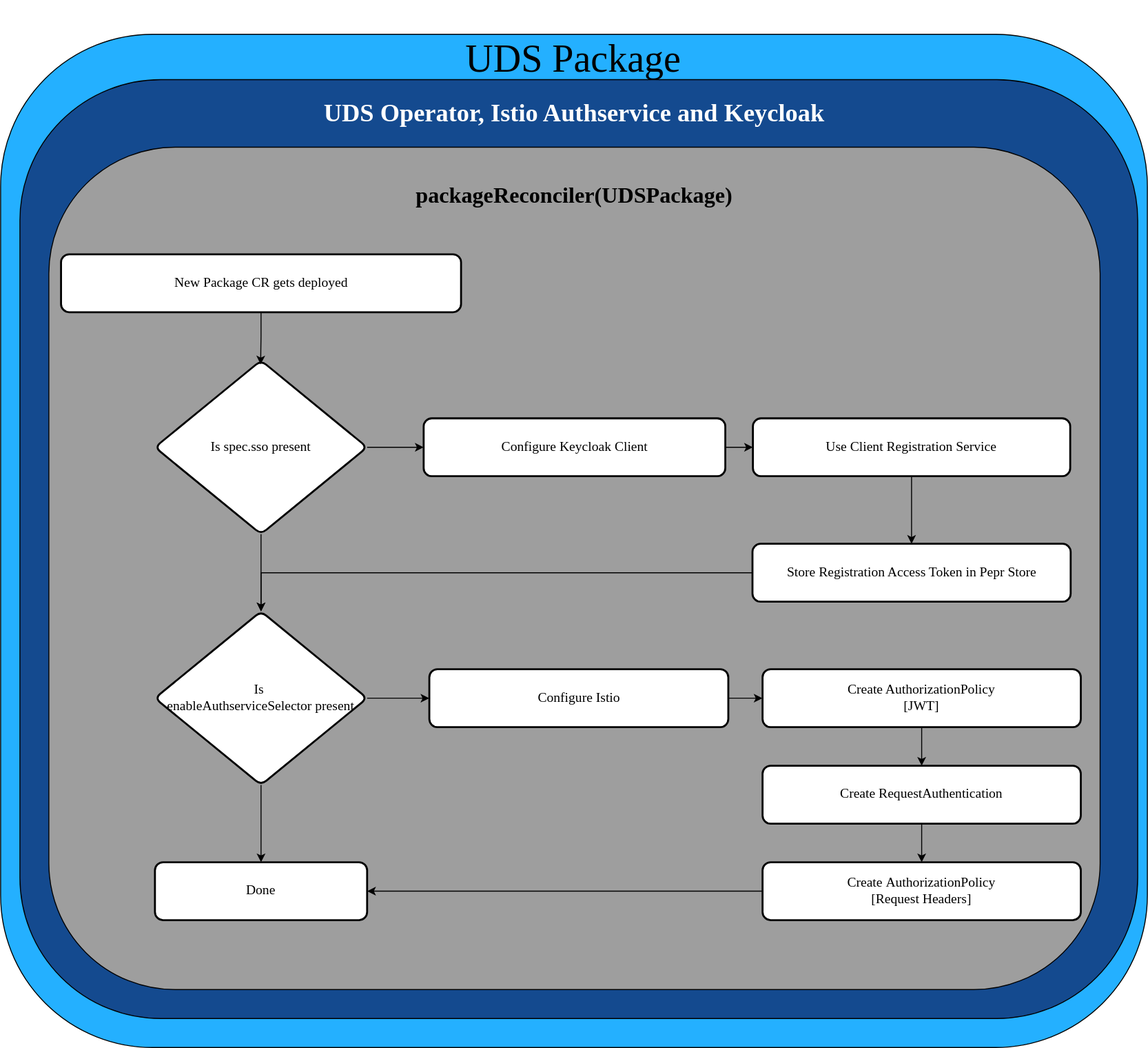
This is docs/.images/diagrams/uds-core-operator-authservice-keycloak.svg from defenseunicorns/uds-core, a draw.io export, as it was before one commit. Source tidied: cells renumbered, new cells last; positions are measured from the earlier drawing's top-left corner, leaving out a move shared by most shapes.
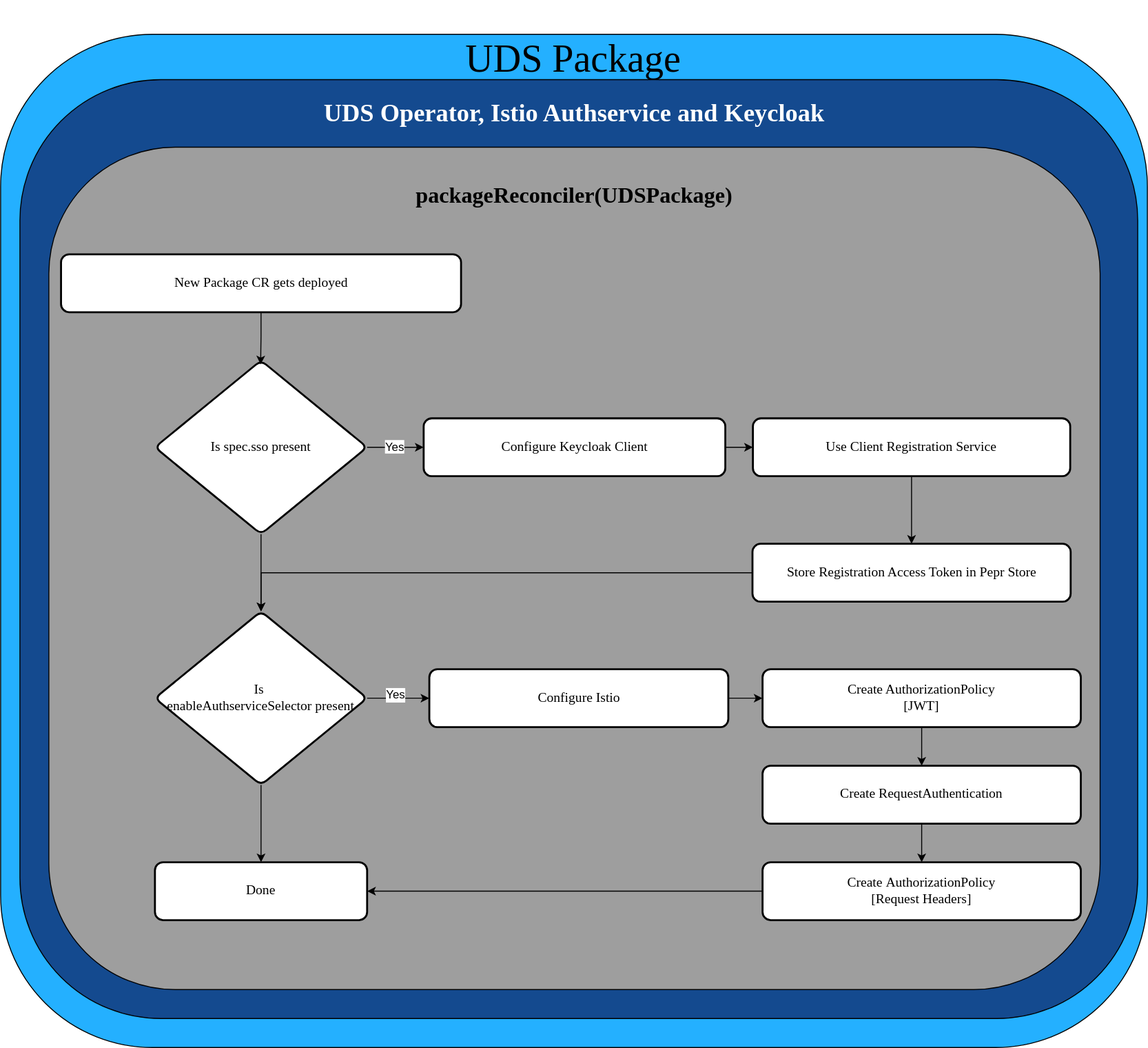
The same diagram one commit later.

Change to the diagram source:
```diff
@@ -89,5 +89,11 @@
     <mxCell id="30" style="edgeStyle=orthogonalEdgeStyle;rounded=0;jettySize=auto;html=1;strokeColor=#000000;exitX=1;exitY=0.5;exitDx=0;exitDy=0;entryX=0;entryY=0.5;entryDx=0;entryDy=0;" parent="1" edge="1" source="20" target="10">
       <mxGeometry relative="1" as="geometry" />
     </mxCell>
+    <mxCell id="31" value="&lt;span style=&quot;background-color: light-dark(#ffffff, var(--ge-dark-color, #121212));&quot;&gt;Yes&lt;/span&gt;" style="text;html=1;align=center;verticalAlign=middle;whiteSpace=wrap;rounded=0;" parent="1" vertex="1">
+      <mxGeometry x="378.6" y="413" width="60" height="30" as="geometry" />
+    </mxCell>
+    <mxCell id="32" value="Yes" style="text;html=1;align=center;verticalAlign=middle;whiteSpace=wrap;rounded=0;labelBackgroundColor=default;" parent="1" vertex="1">
+      <mxGeometry x="380" y="670" width="60" height="30" as="geometry" />
+    </mxCell>
   </root>
 </mxGraphModel>
```
